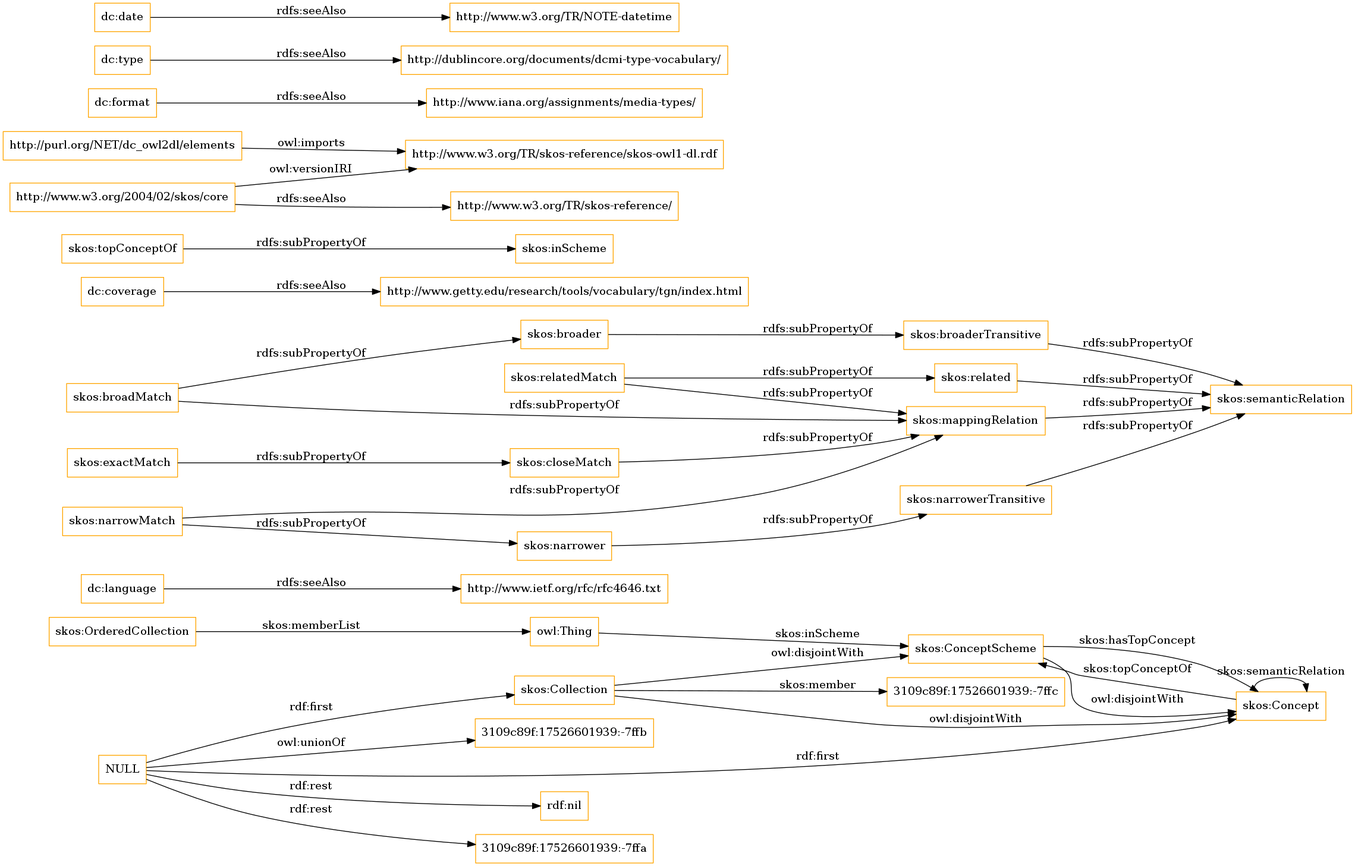
This is OnToology/imports/elements.owl/diagrams/ar2dtool-class/elements.owl.png from OnToologyUser/core-ontology-1, a Graphviz export, as it was before one commit. Its source is kept beside it as OnToology/imports/elements.owl/diagrams/ar2dtool-class/elements.owl.png.dot.
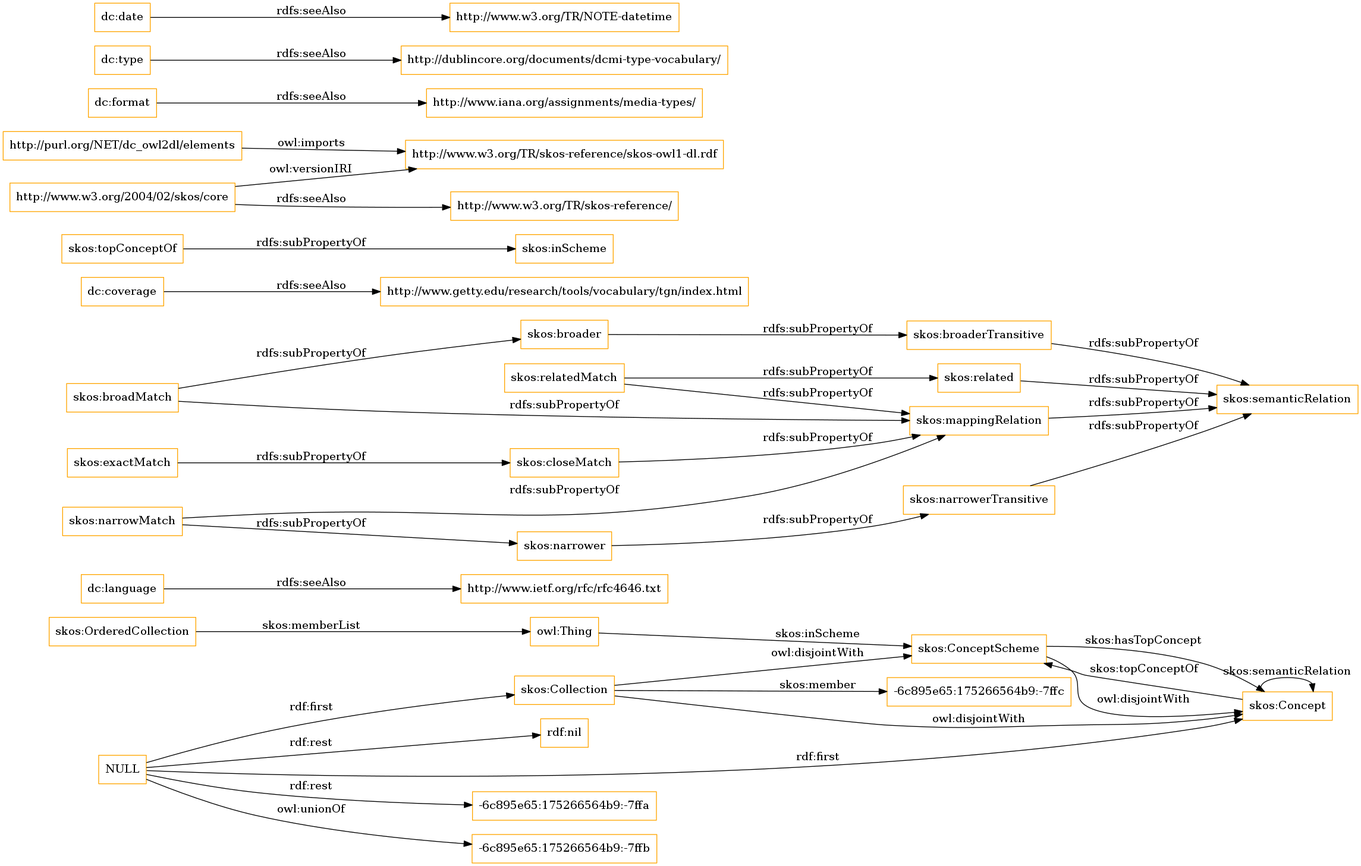
The same file after the commit.

Change to the diagram source:
```diff
@@ -1,13 +1,13 @@
 digraph ar2dtool_diagram {
 rankdir=LR;
 size="1501"
-node [shape = rectangle, color="orange"]; "3109c89f:17526601939:-7ffc" "skos:OrderedCollection" "skos:Collection" "skos:ConceptScheme" "skos:Concept" ; /*classes style*/
+node [shape = rectangle, color="orange"]; "-6c895e65:175266564b9:-7ffc" "skos:OrderedCollection" "skos:Collection" "skos:ConceptScheme" "skos:Concept" ; /*classes style*/
 	"dc:language" -> "http://www.ietf.org/rfc/rfc4646.txt" [ label = "rdfs:seeAlso" ];
+	"NULL" -> "-6c895e65:175266564b9:-7ffa" [ label = "rdf:rest" ];
+	"NULL" -> "skos:Concept" [ label = "rdf:first" ];
+	"NULL" -> "-6c895e65:175266564b9:-7ffb" [ label = "owl:unionOf" ];
 	"NULL" -> "rdf:nil" [ label = "rdf:rest" ];
 	"NULL" -> "skos:Collection" [ label = "rdf:first" ];
-	"NULL" -> "3109c89f:17526601939:-7ffa" [ label = "rdf:rest" ];
-	"NULL" -> "skos:Concept" [ label = "rdf:first" ];
-	"NULL" -> "3109c89f:17526601939:-7ffb" [ label = "owl:unionOf" ];
 	"skos:closeMatch" -> "skos:mappingRelation" [ label = "rdfs:subPropertyOf" ];
 	"dc:coverage" -> "http://www.getty.edu/research/tools/vocabulary/tgn/index.html" [ label = "rdfs:seeAlso" ];
 	"skos:relatedMatch" -> "skos:related" [ label = "rdfs:subPropertyOf" ];
@@ -36,7 +36,7 @@
 	"skos:OrderedCollection" -> "owl:Thing" [ label = "skos:memberList" ];
 	"skos:Concept" -> "skos:ConceptScheme" [ label = "skos:topConceptOf" ];
 	"skos:Concept" -> "skos:Concept" [ label = "skos:semanticRelation" ];
-	"skos:Collection" -> "3109c89f:17526601939:-7ffc" [ label = "skos:member" ];
+	"skos:Collection" -> "-6c895e65:175266564b9:-7ffc" [ label = "skos:member" ];
 	"skos:ConceptScheme" -> "skos:Concept" [ label = "skos:hasTopConcept" ];
 	"owl:Thing" -> "skos:ConceptScheme" [ label = "skos:inScheme" ];
 
```
